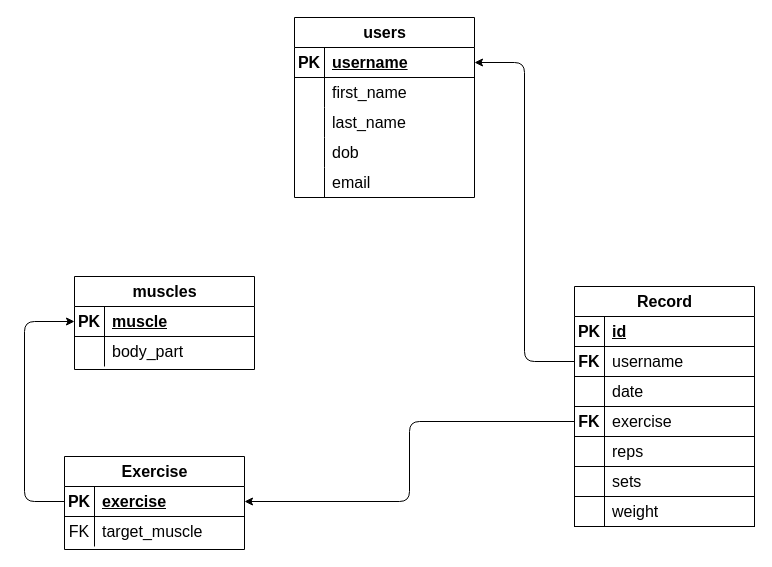
The draw.io diagram docs/schema.drawio in LorenzoPeve/fitness_app, before the edit. Source tidied: cells renumbered, new cells numbered last; positions are measured from the earlier drawing's top-left corner, leaving out a move shared by most shapes. Both pictures are drawn from the tidied source at 100%, with x=0, y=0 at pixel (24, 17).
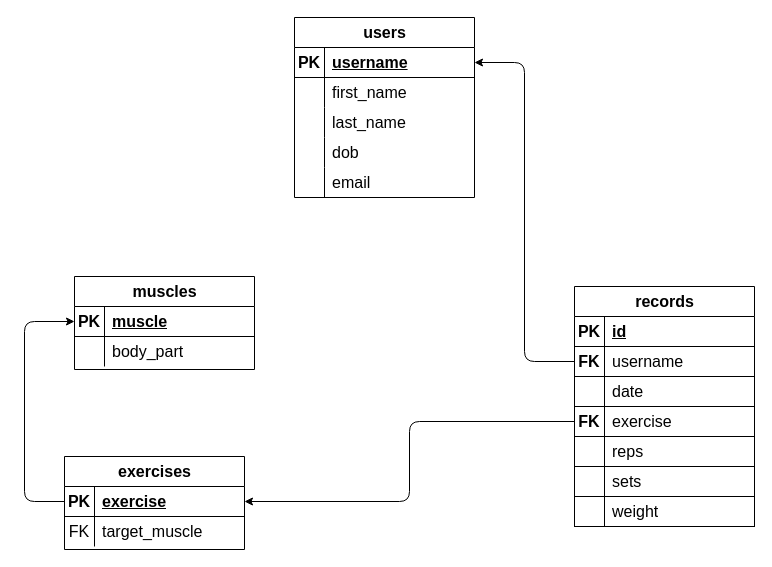
After the change.

The edit, as a diff of the source:
```diff
@@
-    <mxCell id="18" value="Record" style="shape=table;startSize=30;childLayout=tableLayout;rowLines=0;fontStyle=1;align=center;html=1;fontSize=16;" parent="1" vertex="1">
+    <mxCell id="18" value="records" style="shape=table;startSize=30;childLayout=tableLayout;rowLines=0;fontStyle=1;align=center;html=1;fontSize=16;" parent="1" vertex="1">
       <mxGeometry x="550" y="269" width="180" height="240" as="geometry" />
     </mxCell>
@@
-    <mxCell id="40" value="Exercise" style="shape=table;startSize=30;childLayout=tableLayout;rowLines=0;fontStyle=1;align=center;html=1;fontSize=16;" parent="1" vertex="1">
+    <mxCell id="40" value="exercises" style="shape=table;startSize=30;childLayout=tableLayout;rowLines=0;fontStyle=1;align=center;html=1;fontSize=16;" parent="1" vertex="1">
       <mxGeometry x="40" y="439" width="180" height="93" as="geometry" />
     </mxCell>
```
